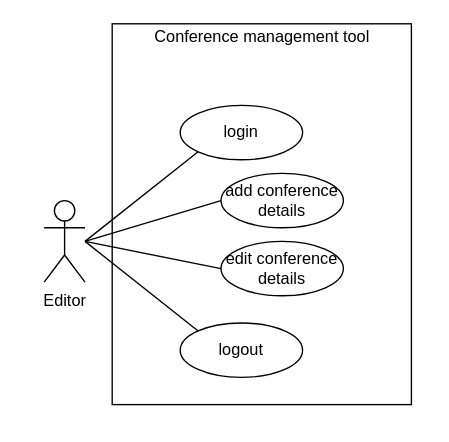
The draw.io diagram page "Editor" (3 of 5) of diagrams/UseCase.drawio in matthew-sliit/conferencemgtool, before the edit. Source tidied: cells renumbered, new cells numbered last; positions are measured from the earlier drawing's top-left corner, leaving out a move shared by most shapes. Both pictures are drawn from the tidied source at 136%, with x=0, y=0 at pixel (44, 23).
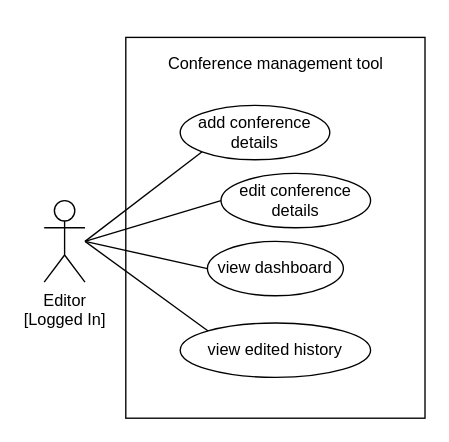
Above is the later version.

Change to the diagram source:
```diff
@@
 <mxGraphModel>
   <root>
     <mxCell id="0" />
     <mxCell id="1" parent="0" />
-    <mxCell id="2" value="Editor" style="shape=umlActor;verticalLabelPosition=bottom;verticalAlign=top;html=1;" parent="1" vertex="1">
+    <mxCell id="2" value="Editor&lt;br&gt;[Logged In]" style="shape=umlActor;verticalLabelPosition=bottom;verticalAlign=top;html=1;" parent="1" vertex="1">
       <mxGeometry y="130" width="30" height="60" as="geometry" />
     </mxCell>
-    <mxCell id="3" value="login" style="ellipse;whiteSpace=wrap;html=1;" parent="1" vertex="1">
-      <mxGeometry x="100" y="60" width="90" height="40" as="geometry" />
+    <mxCell id="3" value="add conference details" style="ellipse;whiteSpace=wrap;html=1;" parent="1" vertex="1">
+      <mxGeometry x="100" y="60" width="110" height="40" as="geometry" />
     </mxCell>
-    <mxCell id="4" value="add conference details" style="ellipse;whiteSpace=wrap;html=1;" parent="1" vertex="1">
-      <mxGeometry x="130" y="110" width="90" height="40" as="geometry" />
+    <mxCell id="4" value="edit conference&lt;br&gt;details" style="ellipse;whiteSpace=wrap;html=1;" parent="1" vertex="1">
+      <mxGeometry x="130" y="110" width="110" height="40" as="geometry" />
     </mxCell>
-    <mxCell id="5" value="edit conference&lt;br&gt;details" style="ellipse;whiteSpace=wrap;html=1;" parent="1" vertex="1">
-      <mxGeometry x="130" y="160" width="90" height="40" as="geometry" />
+    <mxCell id="5" value="view dashboard" style="ellipse;whiteSpace=wrap;html=1;" parent="1" vertex="1">
+      <mxGeometry x="120" y="160" width="100" height="40" as="geometry" />
     </mxCell>
-    <mxCell id="6" value="logout" style="ellipse;whiteSpace=wrap;html=1;" parent="1" vertex="1">
-      <mxGeometry x="100" y="220" width="90" height="40" as="geometry" />
+    <mxCell id="6" value="view edited history" style="ellipse;whiteSpace=wrap;html=1;" parent="1" vertex="1">
+      <mxGeometry x="100" y="220" width="140" height="40" as="geometry" />
     </mxCell>
     <mxCell id="7" style="endArrow=none;html=1;entryX=0;entryY=1;entryDx=0;entryDy=0;" parent="1" edge="1" target="3">
       <mxGeometry relative="1" as="geometry">
         <mxPoint x="30" y="160" as="sourcePoint" />
       </mxGeometry>
     </mxCell>
     <mxCell id="8" style="endArrow=none;html=1;entryX=0;entryY=0.5;entryDx=0;entryDy=0;" parent="1" edge="1" target="4">
       <mxGeometry relative="1" as="geometry">
         <mxPoint x="30" y="160" as="sourcePoint" />
       </mxGeometry>
     </mxCell>
     <mxCell id="9" style="endArrow=none;html=1;entryX=0;entryY=0.5;entryDx=0;entryDy=0;" parent="1" edge="1" target="5">
       <mxGeometry relative="1" as="geometry">
         <mxPoint x="30" y="160" as="sourcePoint" />
       </mxGeometry>
     </mxCell>
     <mxCell id="10" style="endArrow=none;html=1;entryX=0;entryY=0;entryDx=0;entryDy=0;" parent="1" edge="1" target="6">
       <mxGeometry relative="1" as="geometry">
         <mxPoint x="30" y="160" as="sourcePoint" />
       </mxGeometry>
     </mxCell>
     <mxCell id="11" style="rounded=0;whiteSpace=wrap;html=1;fillColor=none;" parent="1" vertex="1">
-      <mxGeometry x="50" width="220" height="280" as="geometry" />
+      <mxGeometry x="60" y="10" width="220" height="280" as="geometry" />
     </mxCell>
     <mxCell id="12" value="Conference management tool" style="text;html=1;align=center;verticalAlign=middle;strokeColor=none;" parent="1" vertex="1">
-      <mxGeometry x="75" width="170" height="20" as="geometry" />
+      <mxGeometry x="85" y="20" width="170" height="20" as="geometry" />
     </mxCell>
   </root>
 </mxGraphModel>
```
